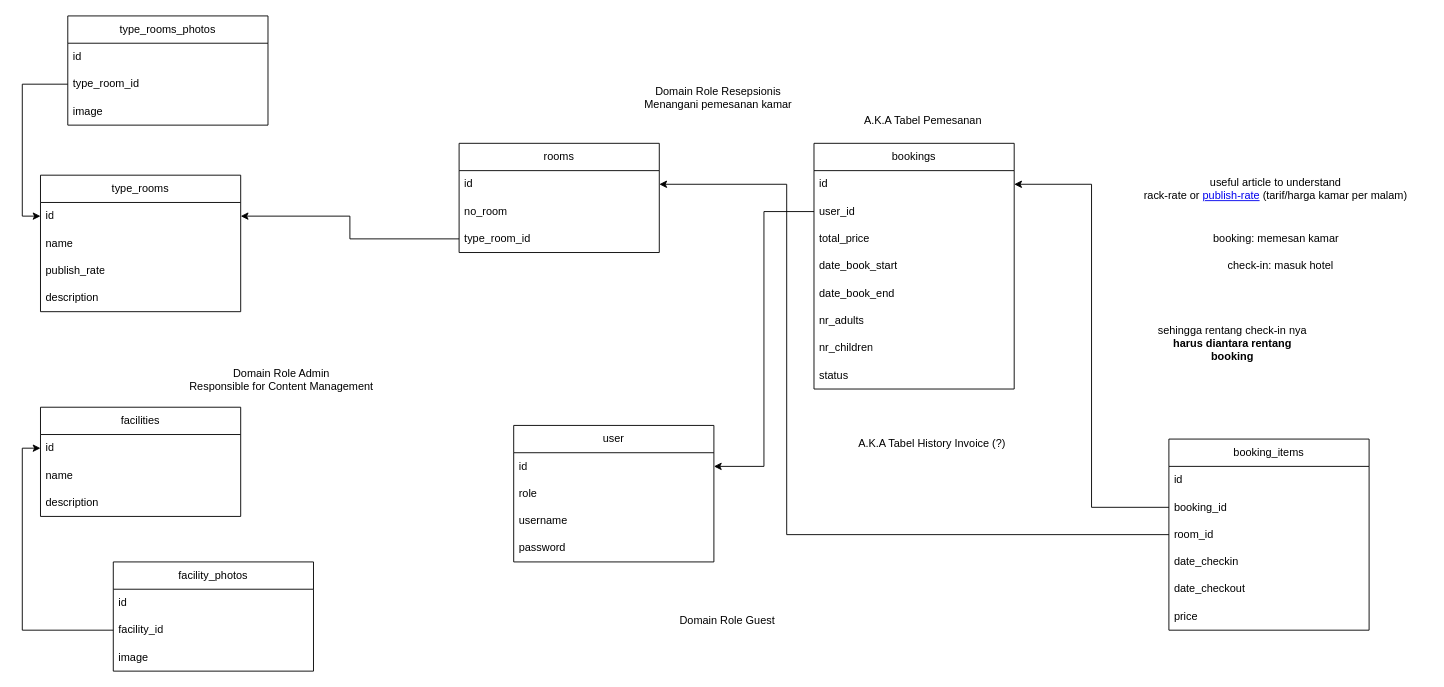
Before: ERD.drawio in ahmadxgani/oishi_hotel, a draw.io diagram. Source tidied: cells renumbered, new cells numbered last; positions are measured from the earlier drawing's top-left corner, leaving out a move shared by most shapes. Both pictures are drawn from the tidied source at 91%, with x=0, y=0 at pixel (40, 15).
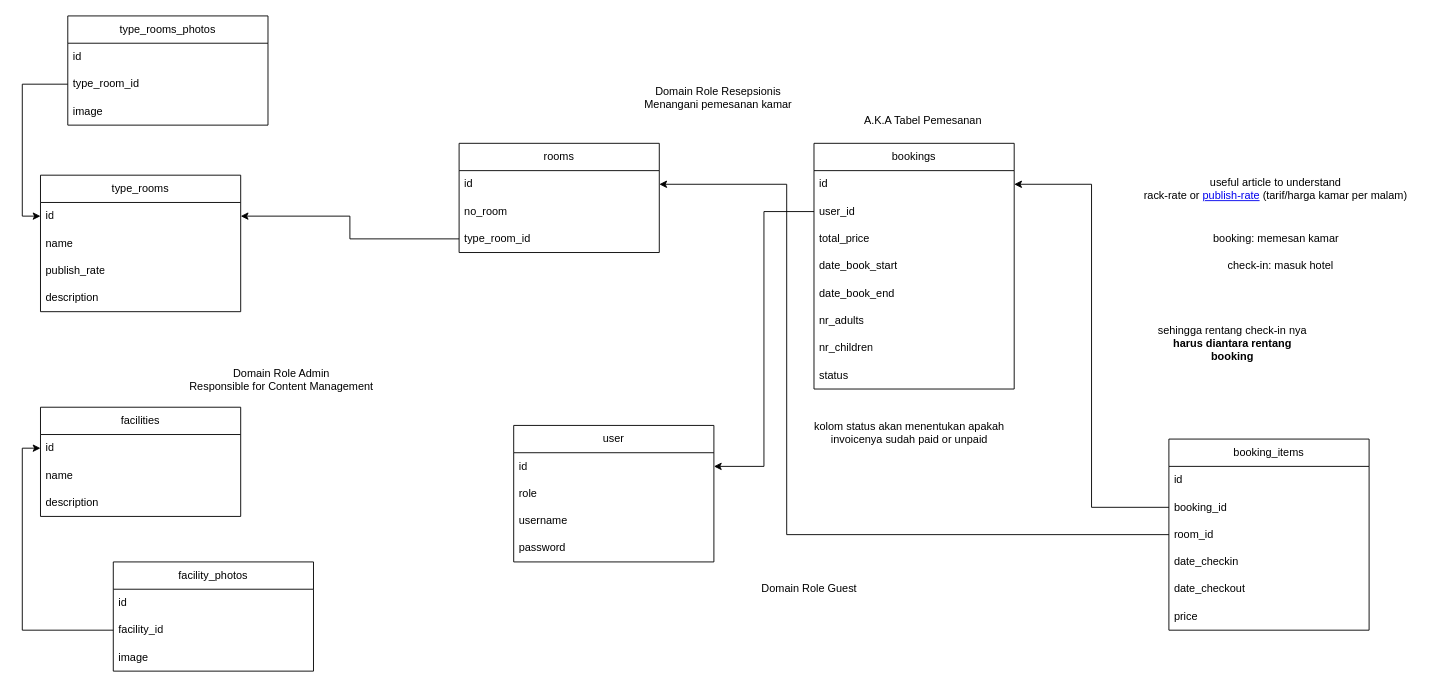
Above is the later version.

What changed in the source:
```diff
@@
-    <mxCell id="27" value="A.K.A Tabel History Invoice (?)" style="text;html=1;strokeColor=none;fillColor=none;align=center;verticalAlign=middle;whiteSpace=wrap;rounded=0;" parent="1" vertex="1">
-      <mxGeometry x="890" y="455" width="180" height="30" as="geometry" />
+    <mxCell id="27" value="kolom status akan menentukan apakah invoicenya sudah paid or unpaid" style="text;html=1;strokeColor=none;fillColor=none;align=center;verticalAlign=middle;whiteSpace=wrap;rounded=0;" parent="1" vertex="1">
+      <mxGeometry x="840" y="430" width="230" height="55" as="geometry" />
     </mxCell>
@@
     <mxCell id="29" value="Domain Role Guest" style="text;html=1;strokeColor=none;fillColor=none;align=center;verticalAlign=middle;whiteSpace=wrap;rounded=0;" parent="1" vertex="1">
-      <mxGeometry x="670" y="645" width="170" height="40" as="geometry" />
+      <mxGeometry x="760" y="610" width="170" height="40" as="geometry" />
     </mxCell>
```
